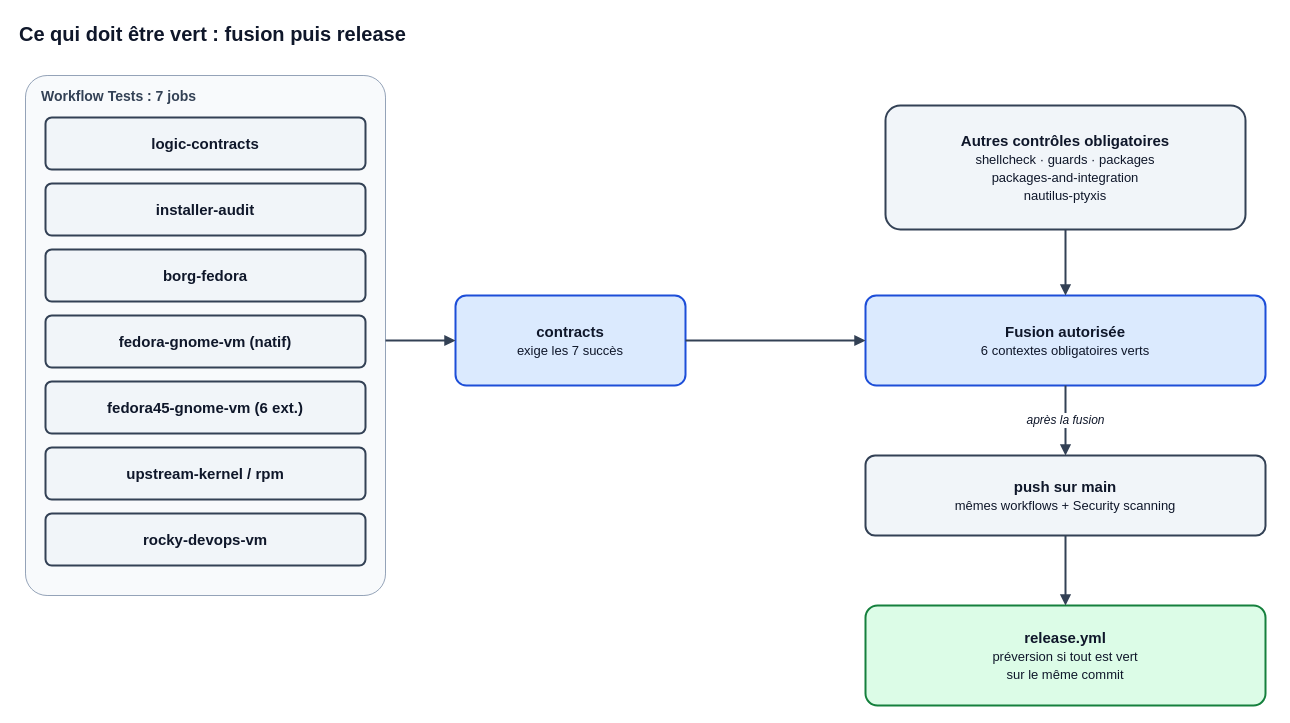
The draw.io diagram docs/assets/diagrams/ci-fusion-release.drawio in mathiasseguincadiche/FEDORA_GNOME_CUSTOM, before the edit. Source tidied: cells renumbered, new cells numbered last; positions are measured from the earlier drawing's top-left corner, leaving out a move shared by most shapes. Both pictures are drawn from the tidied source at 100%, with x=0, y=0 at pixel (17, 17).
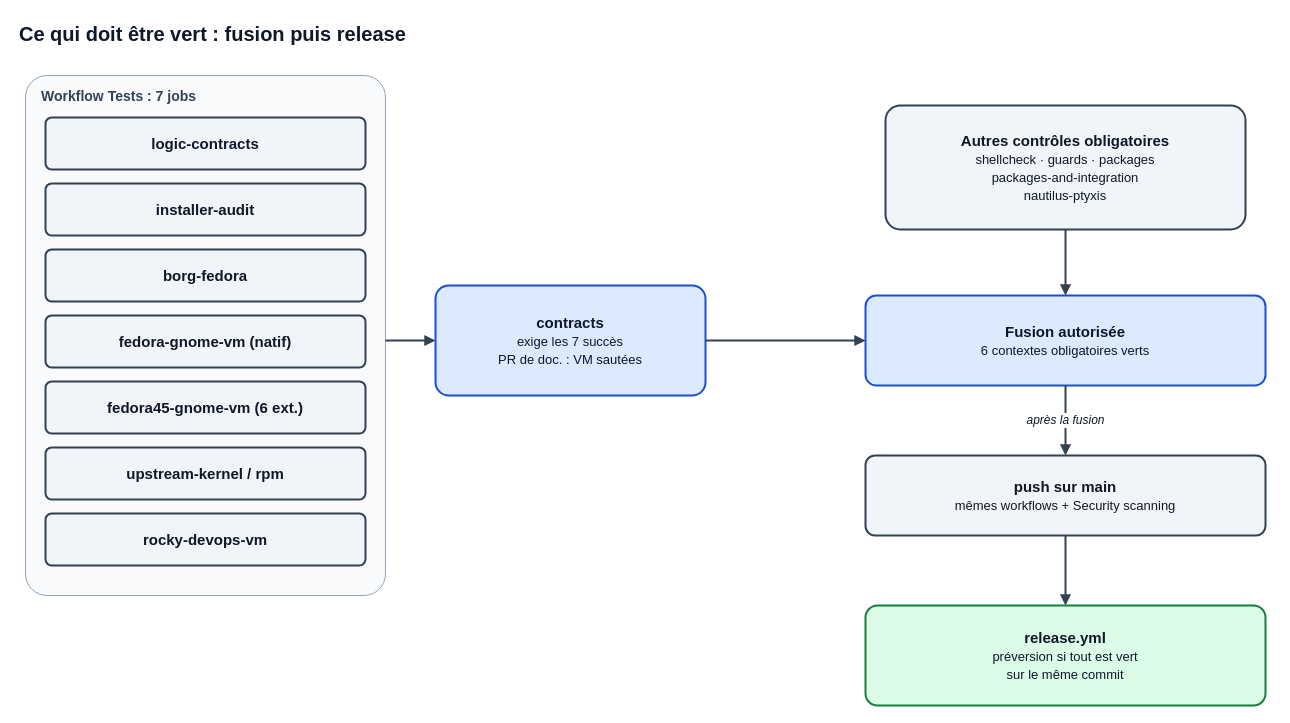
The same diagram, later.

The edit, as a diff of the source:
```diff
@@
-    <mxCell id="11" value="&lt;b&gt;contracts&lt;/b&gt;&lt;br&gt;&lt;span style=&quot;font-size:13px&quot;&gt;exige les 7 succès&lt;/span&gt;" style="rounded=1;arcSize=12;whiteSpace=wrap;html=1;fillColor=#DBEAFE;strokeColor=#1D4ED8;strokeWidth=2;fontColor=#0F172A;fontSize=15;fontFamily=Arial;" parent="1" vertex="1">
-      <mxGeometry x="438" y="278" width="230" height="90" as="geometry" />
+    <mxCell id="11" value="&lt;b&gt;contracts&lt;/b&gt;&lt;br&gt;&lt;span style=&quot;font-size:13px&quot;&gt;exige les 7 succès&lt;/span&gt;&lt;br&gt;&lt;span style=&quot;font-size:13px&quot;&gt;PR de doc. : VM sautées&lt;/span&gt;" style="rounded=1;arcSize=12;whiteSpace=wrap;html=1;fillColor=#DBEAFE;strokeColor=#1D4ED8;strokeWidth=2;fontColor=#0F172A;fontSize=15;fontFamily=Arial;" parent="1" vertex="1">
+      <mxGeometry x="418" y="268" width="270" height="110" as="geometry" />
     </mxCell>
```
